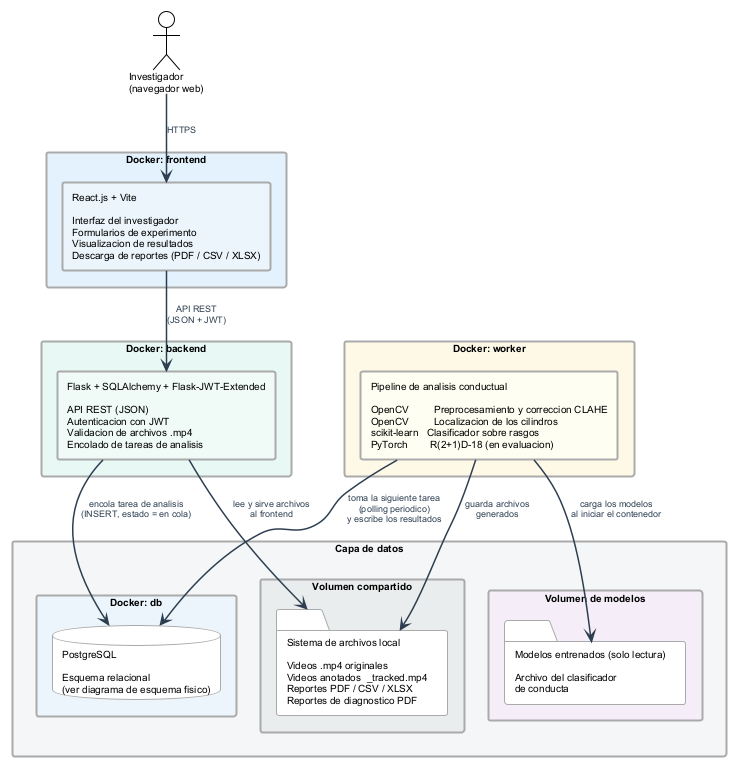
This is figures/mermaid/arquitectura_software.png from ErickJester/fst-ai-system-latex, a PlantUML export, as it was before one commit.
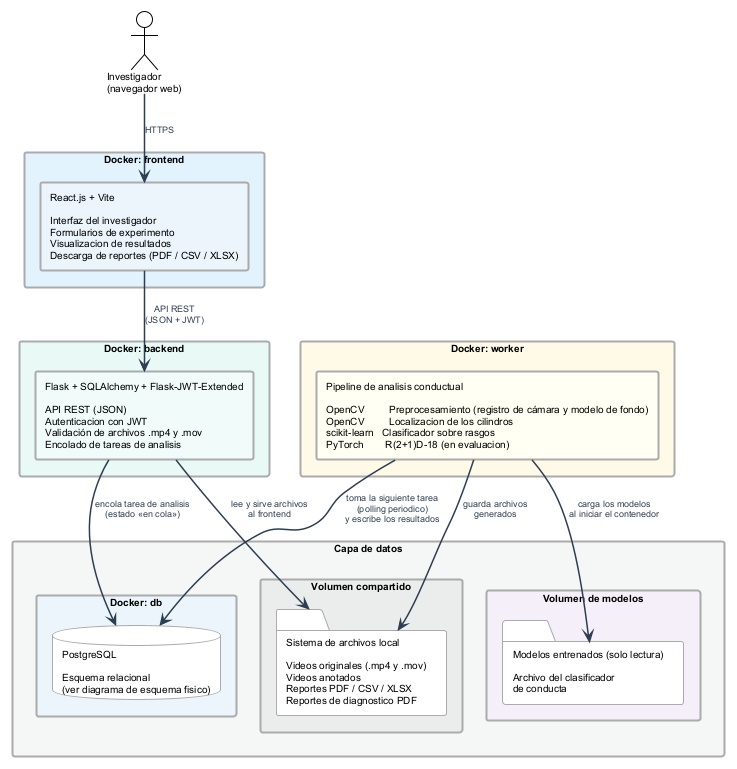
Above is the later version.

Diff of the diagram source:
```diff
@@ -27,12 +27,12 @@
 
 
 rectangle "Docker: backend" as C_BE #E8F8F5 {
-  rectangle "Flask + SQLAlchemy + Flask-JWT-Extended\n\nAPI REST (JSON)\nAutenticacion con JWT\nValidacion de archivos .mp4\nEncolado de tareas de analisis" as BE #F0FBF8
+  rectangle "Flask + SQLAlchemy + Flask-JWT-Extended\n\nAPI REST (JSON)\nAutenticacion con JWT\nValidación de archivos .mp4 y .mov\nEncolado de tareas de analisis" as BE #F0FBF8
 }
 
 
 rectangle "Docker: worker" as C_WK #FEF9E7 {
-  rectangle "Pipeline de analisis conductual\n\nOpenCV         Preprocesamiento y correccion CLAHE\nOpenCV         Localizacion de los cilindros\nscikit-learn   Clasificador sobre rasgos\nPyTorch        R(2+1)D-18 (en evaluacion)" as WK #FFFEF2
+  rectangle "Pipeline de analisis conductual\n\nOpenCV         Preprocesamiento (registro de cámara y modelo de fondo)\nOpenCV         Localizacion de los cilindros\nscikit-learn   Clasificador sobre rasgos\nPyTorch        R(2+1)D-18 (en evaluacion)" as WK #FFFEF2
 }
 
 
@@ -43,7 +43,7 @@
   }
 
   rectangle "Volumen compartido" as C_FS #EAEDED {
-    folder "Sistema de archivos local\n\nVideos .mp4 originales\nVideos anotados  _tracked.mp4\nReportes PDF / CSV / XLSX\nReportes de diagnostico PDF" as FS
+    folder "Sistema de archivos local\n\nVideos originales (.mp4 y .mov)\nVideos anotados\nReportes PDF / CSV / XLSX\nReportes de diagnostico PDF" as FS
   }
 
   rectangle "Volumen de modelos" as C_MD #F5EEF8 {
@@ -55,7 +55,7 @@
 
 INV  -down->  FE  : "HTTPS"
 FE   -down->  BE  : "API REST\n(JSON + JWT)"
-BE   -down->  DB  : "encola tarea de analisis\n(INSERT, estado = en cola)"
+BE   -down->  DB  : "encola tarea de analisis\n(estado «en cola»)"
 WK   -->      DB  : "toma la siguiente tarea\n(polling periodico)\ny escribe los resultados"
 WK   -->      FS  : "guarda archivos\ngenerados"
 BE   -->      FS  : "lee y sirve archivos\nal frontend"
```
